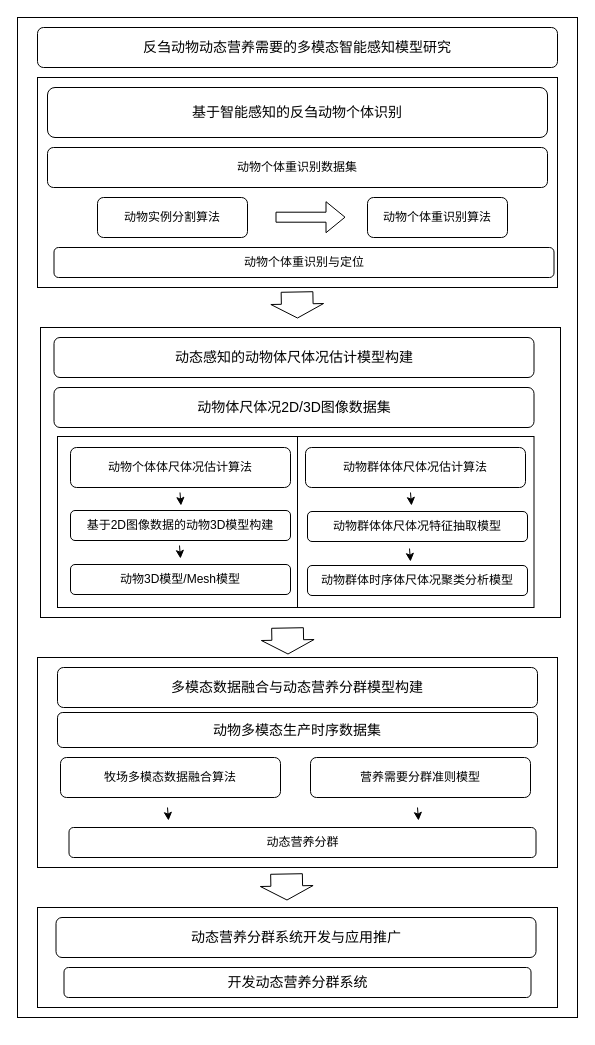
yzy1421/Amateur-women-basketball-in-China keeps this draw.io diagram as 博士研究计划.drawio. Above is the earlier version. Source tidied: cells renumbered, new cells numbered last; positions are measured from the earlier drawing's top-left corner, leaving out a move shared by most shapes. Both pictures are drawn from the tidied source at 100%, with x=0, y=0 at pixel (17, 17).
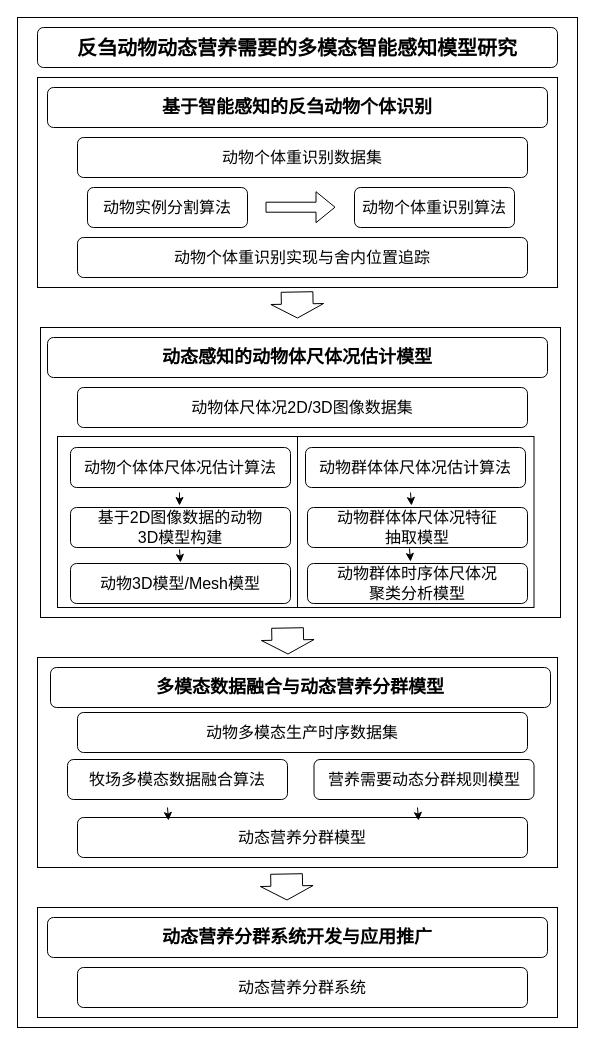
Above is the later version.

Commit message (it also covers changes not shown here):
更新博士研究计划.drawio

Diff of the diagram source:
```diff
@@
-    <mxCell id="2" style="rounded=0;whiteSpace=wrap;html=1;" parent="1" vertex="1">
-      <mxGeometry width="560" height="1000" as="geometry" />
+    <mxCell id="2" style="rounded=0;whiteSpace=wrap;html=1;fontSize=14;" parent="1" vertex="1">
+      <mxGeometry width="560" height="1010" as="geometry" />
     </mxCell>
-    <mxCell id="3" style="rounded=0;whiteSpace=wrap;html=1;" parent="1" vertex="1">
+    <mxCell id="3" style="rounded=0;whiteSpace=wrap;html=1;fontSize=14;" parent="1" vertex="1">
       <mxGeometry x="23" y="310" width="520" height="290" as="geometry" />
     </mxCell>
-    <mxCell id="4" style="rounded=0;whiteSpace=wrap;html=1;" parent="1" vertex="1">
+    <mxCell id="4" style="rounded=0;whiteSpace=wrap;html=1;fontSize=16;" parent="1" vertex="1">
       <mxGeometry x="279.5" y="419" width="237" height="171" as="geometry" />
     </mxCell>
-    <mxCell id="5" style="rounded=0;whiteSpace=wrap;html=1;" parent="1" vertex="1">
+    <mxCell id="5" style="rounded=0;whiteSpace=wrap;html=1;fontSize=16;" parent="1" vertex="1">
       <mxGeometry x="40" y="419" width="240" height="171" as="geometry" />
     </mxCell>
-    <mxCell id="6" style="rounded=0;whiteSpace=wrap;html=1;" parent="1" vertex="1">
+    <mxCell id="6" style="rounded=0;whiteSpace=wrap;html=1;fontSize=14;" parent="1" vertex="1">
       <mxGeometry x="20" y="60" width="520" height="210" as="geometry" />
     </mxCell>
-    <mxCell id="7" value="&lt;p class=&quot;MsoNormal&quot; style=&quot;margin: 0pt; text-align: left; font-family: 宋体; font-size: 11pt;&quot;&gt;&lt;span style=&quot;font-size: 10.5pt;&quot;&gt;反刍动物&lt;/span&gt;&lt;span style=&quot;font-size: 10.5pt;&quot;&gt;动态&lt;/span&gt;&lt;span style=&quot;font-size: 10.5pt;&quot;&gt;营养&lt;/span&gt;&lt;span style=&quot;font-size: 10.5pt;&quot;&gt;需要的&lt;/span&gt;&lt;span style=&quot;font-size: 10.5pt;&quot;&gt;多模态智能感知&lt;/span&gt;&lt;span style=&quot;font-size: 10.5pt;&quot;&gt;模型研究&lt;/span&gt;&lt;/p&gt;" style="rounded=1;whiteSpace=wrap;html=1;" parent="1" vertex="1">
+    <mxCell id="7" value="&lt;p class=&quot;MsoNormal&quot; style=&quot;margin: 0pt; text-align: left; font-family: 宋体;&quot;&gt;&lt;span&gt;反刍动物&lt;/span&gt;&lt;span&gt;动态&lt;/span&gt;&lt;span&gt;营养&lt;/span&gt;&lt;span&gt;需要的&lt;/span&gt;&lt;span&gt;多模态智能感知&lt;/span&gt;&lt;span&gt;模型研究&lt;/span&gt;&lt;/p&gt;" style="rounded=1;whiteSpace=wrap;html=1;fontStyle=1;fontSize=20;" parent="1" vertex="1">
       <mxGeometry x="20" y="10" width="520" height="40" as="geometry" />
     </mxCell>
-    <mxCell id="8" value="&lt;p class=&quot;MsoNormal&quot; style=&quot;margin: 0pt; text-align: left; font-family: 宋体; font-size: 11pt;&quot;&gt;&lt;span style=&quot;font-size: 10.5pt;&quot;&gt;基于智能感知的反刍动物个体识别&lt;/span&gt;&lt;/p&gt;" style="rounded=1;whiteSpace=wrap;html=1;" parent="1" vertex="1">
-      <mxGeometry x="30" y="70" width="500" height="50" as="geometry" />
+    <mxCell id="8" value="&lt;p class=&quot;MsoNormal&quot; style=&quot;margin: 0pt; text-align: left; font-family: 宋体;&quot;&gt;&lt;span&gt;基于智能感知的反刍动物个体识别&lt;/span&gt;&lt;/p&gt;" style="rounded=1;whiteSpace=wrap;html=1;fontStyle=1;fontSize=18;" parent="1" vertex="1">
+      <mxGeometry x="30" y="70" width="500" height="40" as="geometry" />
     </mxCell>
-    <mxCell id="9" value="动物实例分割算法" style="rounded=1;whiteSpace=wrap;html=1;" parent="1" vertex="1">
-      <mxGeometry x="80" y="180" width="150" height="40" as="geometry" />
+    <mxCell id="9" value="动物实例分割算法" style="rounded=1;whiteSpace=wrap;html=1;fontSize=16;" parent="1" vertex="1">
+      <mxGeometry x="70" y="170" width="160" height="40" as="geometry" />
     </mxCell>
-    <mxCell id="10" value="动物个体重识别算法" style="rounded=1;whiteSpace=wrap;html=1;" parent="1" vertex="1">
-      <mxGeometry x="350" y="180" width="140" height="40" as="geometry" />
+    <mxCell id="10" value="动物个体重识别算法" style="rounded=1;whiteSpace=wrap;html=1;fontSize=16;" parent="1" vertex="1">
+      <mxGeometry x="337" y="170" width="160" height="40" as="geometry" />
     </mxCell>
-    <mxCell id="11" value="动物个体重识别数据集" style="rounded=1;whiteSpace=wrap;html=1;" parent="1" vertex="1">
-      <mxGeometry x="30" y="130" width="500" height="40" as="geometry" />
+    <mxCell id="11" value="动物个体重识别数据集" style="rounded=1;whiteSpace=wrap;html=1;fontSize=16;" parent="1" vertex="1">
+      <mxGeometry x="60" y="120" width="450" height="40" as="geometry" />
     </mxCell>
-    <mxCell id="12" style="shape=flexArrow;endArrow=classic;html=1;rounded=0;" parent="1" edge="1">
+    <mxCell id="12" style="shape=flexArrow;endArrow=classic;html=1;rounded=0;fontSize=16;" parent="1" edge="1">
       <mxGeometry relative="1" as="geometry">
-        <mxPoint x="258" y="199.7" as="sourcePoint" />
-        <mxPoint x="328" y="199.7" as="targetPoint" />
+        <mxPoint x="248" y="189.7" as="sourcePoint" />
+        <mxPoint x="318" y="189.7" as="targetPoint" />
       </mxGeometry>
     </mxCell>
-    <mxCell id="13" value="&lt;p class=&quot;MsoNormal&quot; style=&quot;margin: 0pt; text-align: left; font-family: 宋体; font-size: 11pt;&quot;&gt;&lt;span style=&quot;font-size: 10.5pt;&quot;&gt;动态感知的动物体尺体况估计模型构建&lt;/span&gt;&lt;/p&gt;" style="rounded=1;whiteSpace=wrap;html=1;" parent="1" vertex="1">
-      <mxGeometry x="36.5" y="320" width="480" height="40" as="geometry" />
+    <mxCell id="13" value="&lt;p class=&quot;MsoNormal&quot; style=&quot;margin: 0pt; text-align: left; font-family: 宋体;&quot;&gt;&lt;span&gt;动态感知的动物体尺体况估计模型&lt;/span&gt;&lt;/p&gt;" style="rounded=1;whiteSpace=wrap;html=1;fontStyle=1;fontSize=18;" parent="1" vertex="1">
+      <mxGeometry x="30" y="320" width="500" height="40" as="geometry" />
     </mxCell>
-    <mxCell id="14" style="shape=flexArrow;endArrow=classic;html=1;rounded=0;width=31.724137931034484;endSize=4.331034482758621;" parent="1" edge="1">
+    <mxCell id="14" style="shape=flexArrow;endArrow=classic;html=1;rounded=0;width=31.724137931034484;endSize=4.331034482758621;fontSize=14;" parent="1" edge="1">
       <mxGeometry relative="1" as="geometry">
         <mxPoint x="279.5" y="274" as="sourcePoint" />
         <mxPoint x="280" y="301" as="targetPoint" />
       </mxGeometry>
     </mxCell>
-    <mxCell id="15" value="&lt;p class=&quot;MsoNormal&quot; style=&quot;margin: 0pt; text-align: left; font-family: 宋体; font-size: 11pt;&quot;&gt;&lt;span style=&quot;font-size: 10.5pt;&quot;&gt;动物体尺体况2D/3D图像数据集&lt;/span&gt;&lt;/p&gt;" style="rounded=1;whiteSpace=wrap;html=1;" parent="1" vertex="1">
-      <mxGeometry x="36.5" y="370" width="480" height="40" as="geometry" />
+    <mxCell id="15" value="&lt;p class=&quot;MsoNormal&quot; style=&quot;margin: 0pt; text-align: left; font-family: 宋体;&quot;&gt;&lt;span&gt;动物体尺体况2D/3D图像数据集&lt;/span&gt;&lt;/p&gt;" style="rounded=1;whiteSpace=wrap;html=1;fontSize=16;" parent="1" vertex="1">
+      <mxGeometry x="60" y="370" width="450" height="40" as="geometry" />
     </mxCell>
-    <mxCell id="16" value="动物个体体尺体况估计算法" style="rounded=1;whiteSpace=wrap;html=1;" parent="1" vertex="1">
+    <mxCell id="16" value="动物个体体尺体况估计算法" style="rounded=1;whiteSpace=wrap;html=1;fontSize=16;" parent="1" vertex="1">
       <mxGeometry x="53" y="430" width="220" height="40" as="geometry" />
     </mxCell>
-    <mxCell id="17" value="动物群体体尺体况估计算法" style="rounded=1;whiteSpace=wrap;html=1;" parent="1" vertex="1">
+    <mxCell id="17" value="动物群体体尺体况估计算法" style="rounded=1;whiteSpace=wrap;html=1;fontSize=16;" parent="1" vertex="1">
       <mxGeometry x="288" y="430" width="220" height="40" as="geometry" />
     </mxCell>
-    <mxCell id="18" value="基于2D图像数据的动物3D模型构建" style="rounded=1;whiteSpace=wrap;html=1;" parent="1" vertex="1">
-      <mxGeometry x="53" y="493" width="220" height="30" as="geometry" />
+    <mxCell id="18" value="基于2D图像数据的动物&lt;div&gt;3D模型构建&lt;/div&gt;" style="rounded=1;whiteSpace=wrap;html=1;fontSize=16;" parent="1" vertex="1">
+      <mxGeometry x="53" y="490" width="220" height="40" as="geometry" />
     </mxCell>
-    <mxCell id="19" value="动物3D模型/Mesh模型" style="rounded=1;whiteSpace=wrap;html=1;" parent="1" vertex="1">
-      <mxGeometry x="53" y="547" width="220" height="30" as="geometry" />
+    <mxCell id="19" value="动物3D模型/Mesh模型" style="rounded=1;whiteSpace=wrap;html=1;fontSize=16;" parent="1" vertex="1">
+      <mxGeometry x="53" y="546" width="220" height="40" as="geometry" />
     </mxCell>
-    <mxCell id="20" value="动物群体体尺体况特征抽取模型" style="rounded=1;whiteSpace=wrap;html=1;" parent="1" vertex="1">
-      <mxGeometry x="290" y="494" width="220" height="30" as="geometry" />
+    <mxCell id="20" value="动物群体体尺体况特征&lt;div&gt;抽取模型&lt;/div&gt;" style="rounded=1;whiteSpace=wrap;html=1;fontSize=16;" parent="1" vertex="1">
+      <mxGeometry x="290" y="490" width="220" height="40" as="geometry" />
     </mxCell>
-    <mxCell id="21" value="动物群体时序体尺体况聚类分析模型" style="rounded=1;whiteSpace=wrap;html=1;" parent="1" vertex="1">
-      <mxGeometry x="290" y="548" width="220" height="30" as="geometry" />
+    <mxCell id="21" value="动物群体时序体尺体况&lt;div&gt;聚类分析模型&lt;/div&gt;" style="rounded=1;whiteSpace=wrap;html=1;fontSize=16;" parent="1" vertex="1">
+      <mxGeometry x="290" y="546" width="220" height="40" as="geometry" />
     </mxCell>
-    <mxCell id="22" value="动物个体重识别与定位" style="rounded=1;whiteSpace=wrap;html=1;" parent="1" vertex="1">
-      <mxGeometry x="36.5" y="230" width="500" height="30" as="geometry" />
+    <mxCell id="22" value="动物个体重识别实现与舍内位置追踪" style="rounded=1;whiteSpace=wrap;html=1;fontSize=16;" parent="1" vertex="1">
+      <mxGeometry x="60" y="220" width="450" height="40" as="geometry" />
     </mxCell>
-    <mxCell id="23" style="endArrow=classic;html=1;rounded=0;" parent="1" edge="1">
+    <mxCell id="23" style="endArrow=classic;rounded=0;spacing=0;jumpSize=1;fontSize=16;" parent="1" edge="1">
       <mxGeometry relative="1" as="geometry">
-        <mxPoint x="162.5" y="475" as="sourcePoint" />
-        <mxPoint x="163.5" y="488" as="targetPoint" />
+        <mxPoint x="162" y="475" as="sourcePoint" />
+        <mxPoint x="162" y="488" as="targetPoint" />
       </mxGeometry>
     </mxCell>
-    <mxCell id="24" style="endArrow=classic;html=1;rounded=0;" parent="1" edge="1">
+    <mxCell id="24" style="endArrow=classic;html=1;rounded=0;fontSize=16;" parent="1" edge="1">
       <mxGeometry relative="1" as="geometry">
         <mxPoint x="393" y="475" as="sourcePoint" />
         <mxPoint x="394" y="488" as="targetPoint" />
       </mxGeometry>
     </mxCell>
-    <mxCell id="25" style="endArrow=classic;html=1;rounded=0;" parent="1" edge="1">
+    <mxCell id="25" style="endArrow=classic;html=1;rounded=0;fontSize=16;" parent="1" edge="1">
       <mxGeometry relative="1" as="geometry">
-        <mxPoint x="162" y="528" as="sourcePoint" />
-        <mxPoint x="163" y="541" as="targetPoint" />
+        <mxPoint x="162" y="532" as="sourcePoint" />
+        <mxPoint x="163" y="545" as="targetPoint" />
       </mxGeometry>
     </mxCell>
-    <mxCell id="26" style="endArrow=classic;html=1;rounded=0;" parent="1" edge="1">
+    <mxCell id="26" style="endArrow=classic;html=1;rounded=0;fontSize=16;" parent="1" edge="1">
       <mxGeometry relative="1" as="geometry">
         <mxPoint x="392" y="531" as="sourcePoint" />
         <mxPoint x="393" y="544" as="targetPoint" />
       </mxGeometry>
     </mxCell>
-    <mxCell id="27" style="rounded=0;whiteSpace=wrap;html=1;" parent="1" vertex="1">
+    <mxCell id="27" style="rounded=0;whiteSpace=wrap;html=1;fontSize=14;" parent="1" vertex="1">
       <mxGeometry x="20" y="640" width="520" height="210" as="geometry" />
     </mxCell>
-    <mxCell id="28" value="&lt;p class=&quot;MsoNormal&quot; style=&quot;margin: 0pt; text-align: left; font-family: 宋体; font-size: 11pt;&quot;&gt;&lt;span style=&quot;font-size: 10.5pt;&quot;&gt;多模态数据融合与动态营养分群模型构建&lt;/span&gt;&lt;/p&gt;" style="rounded=1;whiteSpace=wrap;html=1;" parent="1" vertex="1">
-      <mxGeometry x="40" y="650" width="480" height="40" as="geometry" />
+    <mxCell id="28" value="&lt;p class=&quot;MsoNormal&quot; style=&quot;margin: 0pt; text-align: left; font-family: 宋体;&quot;&gt;&lt;span&gt;多模态数据融合与动态营养分群模型&lt;/span&gt;&lt;/p&gt;" style="rounded=1;whiteSpace=wrap;html=1;fontStyle=1;fontSize=18;" parent="1" vertex="1">
+      <mxGeometry x="33" y="650" width="500" height="40" as="geometry" />
     </mxCell>
-    <mxCell id="29" value="&lt;p class=&quot;MsoNormal&quot; style=&quot;margin: 0pt; text-align: left; font-family: 宋体; font-size: 11pt;&quot;&gt;&lt;span style=&quot;font-size: 10.5pt;&quot;&gt;动物多模态生产时序数据集&lt;/span&gt;&lt;/p&gt;" style="rounded=1;whiteSpace=wrap;html=1;" parent="1" vertex="1">
-      <mxGeometry x="40" y="695" width="480" height="35" as="geometry" />
+    <mxCell id="29" value="&lt;p class=&quot;MsoNormal&quot; style=&quot;margin: 0pt; text-align: left; font-family: 宋体;&quot;&gt;&lt;span&gt;动物多模态生产时序数据集&lt;/span&gt;&lt;/p&gt;" style="rounded=1;whiteSpace=wrap;html=1;fontSize=16;" parent="1" vertex="1">
+      <mxGeometry x="60" y="695" width="450" height="40" as="geometry" />
     </mxCell>
-    <mxCell id="30" value="牧场多模态数据融合算法" style="rounded=1;whiteSpace=wrap;html=1;" parent="1" vertex="1">
-      <mxGeometry x="43" y="740" width="220" height="40" as="geometry" />
+    <mxCell id="30" value="牧场多模态数据融合算法" style="rounded=1;whiteSpace=wrap;html=1;fontSize=16;" parent="1" vertex="1">
+      <mxGeometry x="50" y="742" width="220" height="40" as="geometry" />
     </mxCell>
-    <mxCell id="31" value="营养需要分群准则模型" style="rounded=1;whiteSpace=wrap;html=1;" parent="1" vertex="1">
-      <mxGeometry x="293" y="740" width="220" height="40" as="geometry" />
+    <mxCell id="31" value="营养需要动态分群规则模型" style="rounded=1;whiteSpace=wrap;html=1;fontSize=16;" parent="1" vertex="1">
+      <mxGeometry x="296.5" y="742" width="220" height="40" as="geometry" />
     </mxCell>
-    <mxCell id="32" value="动态营养分群" style="rounded=1;whiteSpace=wrap;html=1;" parent="1" vertex="1">
-      <mxGeometry x="51.5" y="810" width="467" height="30" as="geometry" />
+    <mxCell id="32" value="动态营养分群模型" style="rounded=1;whiteSpace=wrap;html=1;fontSize=16;" parent="1" vertex="1">
+      <mxGeometry x="60" y="800" width="450" height="40" as="geometry" />
     </mxCell>
-    <mxCell id="33" style="rounded=0;whiteSpace=wrap;html=1;" parent="1" vertex="1">
-      <mxGeometry x="20" y="890" width="520" height="100" as="geometry" />
+    <mxCell id="33" style="rounded=0;whiteSpace=wrap;html=1;fontSize=14;" parent="1" vertex="1">
+      <mxGeometry x="20" y="890" width="520" height="110" as="geometry" />
     </mxCell>
-    <mxCell id="34" value="&lt;p class=&quot;MsoNormal&quot; style=&quot;margin: 0pt; text-align: left; font-family: 宋体; font-size: 11pt;&quot;&gt;&lt;span style=&quot;font-size: 10.5pt;&quot;&gt;动态营养分群系统开发与应用推广&lt;/span&gt;&lt;/p&gt;" style="rounded=1;whiteSpace=wrap;html=1;" parent="1" vertex="1">
-      <mxGeometry x="38.5" y="900" width="480" height="40" as="geometry" />
+    <mxCell id="34" value="&lt;p class=&quot;MsoNormal&quot; style=&quot;margin: 0pt; text-align: left; font-family: 宋体;&quot;&gt;&lt;span&gt;动态营养分群系统开发与应用推广&lt;/span&gt;&lt;/p&gt;" style="rounded=1;whiteSpace=wrap;html=1;fontStyle=1;fontSize=18;" parent="1" vertex="1">
+      <mxGeometry x="30" y="900" width="500" height="40" as="geometry" />
     </mxCell>
-    <mxCell id="35" value="&lt;p class=&quot;MsoNormal&quot; style=&quot;margin: 0pt; text-align: left; font-family: 宋体; font-size: 11pt;&quot;&gt;&lt;span style=&quot;font-size: 10.5pt;&quot;&gt;开发动态营养分群系统&lt;/span&gt;&lt;/p&gt;" style="rounded=1;whiteSpace=wrap;html=1;" parent="1" vertex="1">
-      <mxGeometry x="46.5" y="950" width="467" height="30" as="geometry" />
+    <mxCell id="35" value="&lt;p class=&quot;MsoNormal&quot; style=&quot;margin: 0pt; text-align: left; font-family: 宋体;&quot;&gt;&lt;span&gt;动态营养分群系统&lt;/span&gt;&lt;/p&gt;" style="rounded=1;whiteSpace=wrap;html=1;fontSize=16;" parent="1" vertex="1">
+      <mxGeometry x="60" y="950" width="450" height="40" as="geometry" />
     </mxCell>
-    <mxCell id="36" style="shape=flexArrow;endArrow=classic;html=1;rounded=0;width=31.724137931034484;endSize=4.331034482758621;" parent="1" edge="1">
+    <mxCell id="36" style="shape=flexArrow;endArrow=classic;html=1;rounded=0;width=31.724137931034484;endSize=4.331034482758621;fontSize=14;" parent="1" edge="1">
       <mxGeometry relative="1" as="geometry">
         <mxPoint x="270" y="610" as="sourcePoint" />
         <mxPoint x="270.5" y="637" as="targetPoint" />
       </mxGeometry>
     </mxCell>
-    <mxCell id="37" style="endArrow=classic;html=1;rounded=0;" parent="1" edge="1">
+    <mxCell id="37" style="endArrow=classic;html=1;rounded=0;fontSize=16;" parent="1" edge="1">
       <mxGeometry relative="1" as="geometry">
         <mxPoint x="150" y="790" as="sourcePoint" />
         <mxPoint x="151" y="803" as="targetPoint" />
       </mxGeometry>
     </mxCell>
-    <mxCell id="38" style="endArrow=classic;html=1;rounded=0;" parent="1" edge="1">
+    <mxCell id="38" style="endArrow=classic;html=1;rounded=0;fontSize=16;" parent="1" edge="1">
       <mxGeometry relative="1" as="geometry">
         <mxPoint x="400" y="790" as="sourcePoint" />
         <mxPoint x="401" y="803" as="targetPoint" />
       </mxGeometry>
     </mxCell>
-    <mxCell id="39" style="shape=flexArrow;endArrow=classic;html=1;rounded=0;width=31.724137931034484;endSize=4.331034482758621;" parent="1" edge="1">
+    <mxCell id="39" style="shape=flexArrow;endArrow=classic;html=1;rounded=0;width=31.724137931034484;endSize=4.331034482758621;fontSize=14;" parent="1" edge="1">
       <mxGeometry relative="1" as="geometry">
         <mxPoint x="269" y="856" as="sourcePoint" />
         <mxPoint x="269.5" y="883" as="targetPoint" />
       </mxGeometry>
     </mxCell>
```
